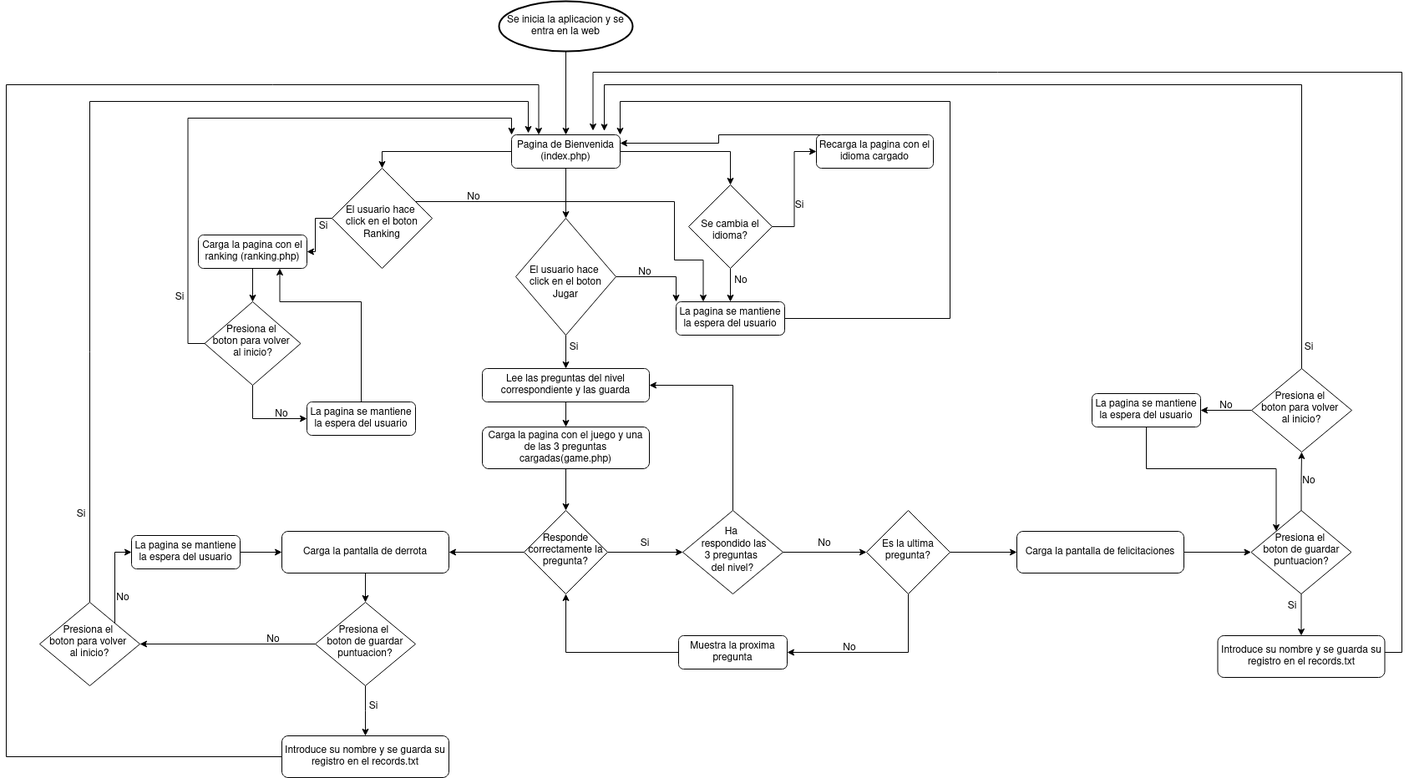
AlejandroSoPa/Escuderia_IHA keeps this draw.io diagram as Diagrama&Wireframe&Colors/Diagrama_de_flujo_Escuderia_IHA.png. Above is the earlier version. Source tidied: cells renumbered, new cells last; positions are measured from the earlier drawing's top-left corner, leaving out a move shared by most shapes.
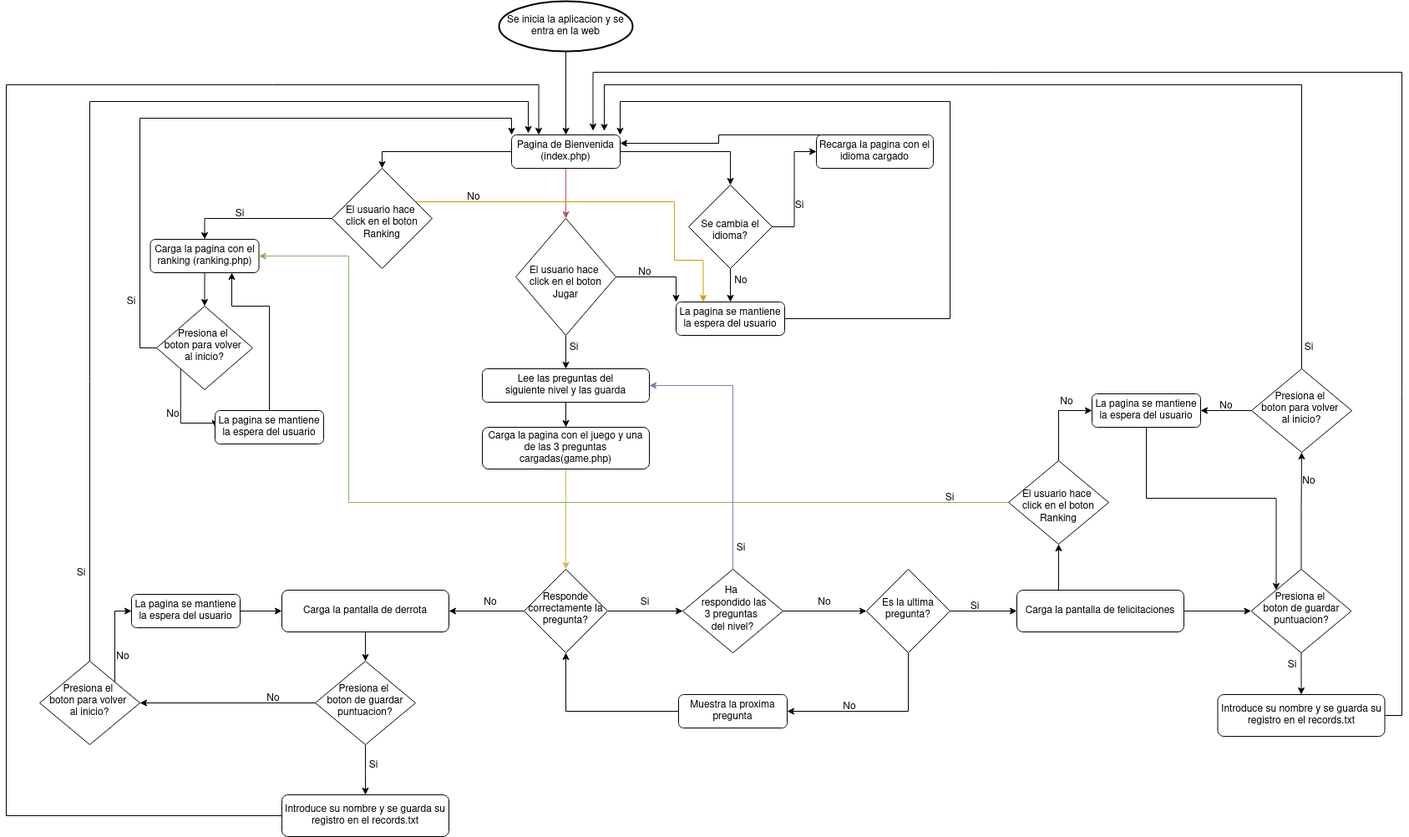
After the change.

What changed in the source:
```diff
@@ -7,3 +7,3 @@
     </mxCell>
-    <mxCell id="3" style="edgeStyle=orthogonalEdgeStyle;rounded=0;jettySize=auto;html=1;" parent="1" edge="1" source="4" target="18">
+    <mxCell id="3" style="edgeStyle=orthogonalEdgeStyle;rounded=0;jettySize=auto;html=1;fillColor=#f8cecc;strokeColor=#b85450;" parent="1" edge="1" source="4" target="18">
       <mxGeometry relative="1" as="geometry" />
@@ -72,3 +72,3 @@
     </mxCell>
-    <mxCell id="21" style="edgeStyle=orthogonalEdgeStyle;rounded=0;jettySize=auto;html=1;" parent="1" edge="1" source="22" target="32">
+    <mxCell id="21" style="edgeStyle=orthogonalEdgeStyle;rounded=0;jettySize=auto;html=1;fillColor=#fff2cc;strokeColor=#d6b656;" parent="1" edge="1" source="22" target="32">
       <mxGeometry relative="1" as="geometry" />
@@ -78,6 +78,6 @@
     </mxCell>
-    <mxCell id="23" style="edgeStyle=orthogonalEdgeStyle;rounded=0;jettySize=auto;html=1;" parent="1" edge="1" source="25" target="28">
+    <mxCell id="23" style="edgeStyle=orthogonalEdgeStyle;rounded=0;jettySize=auto;html=1;exitX=0;exitY=0.5;exitDx=0;exitDy=0;entryX=0.5;entryY=0;entryDx=0;entryDy=0;" parent="1" edge="1" source="25" target="28">
       <mxGeometry relative="1" as="geometry" />
     </mxCell>
-    <mxCell id="24" style="edgeStyle=orthogonalEdgeStyle;rounded=0;jettySize=auto;html=1;exitX=1;exitY=1;exitDx=0;exitDy=0;entryX=0.25;entryY=0;entryDx=0;entryDy=0;" parent="1" edge="1" source="25" target="14">
+    <mxCell id="24" style="edgeStyle=orthogonalEdgeStyle;rounded=0;jettySize=auto;html=1;exitX=1;exitY=1;exitDx=0;exitDy=0;entryX=0.25;entryY=0;entryDx=0;entryDy=0;fillColor=#ffe6cc;strokeColor=#d79b00;" parent="1" edge="1" source="25" target="14">
       <mxGeometry relative="1" as="geometry">
@@ -101,6 +101,6 @@
     <mxCell id="28" value="Carga la pagina con el ranking (ranking.php)" style="rounded=1;whiteSpace=wrap;html=1;fontSize=12;glass=0;strokeWidth=1;shadow=0;" parent="1" vertex="1">
-      <mxGeometry x="230" y="280" width="130" height="40" as="geometry" />
+      <mxGeometry x="172.5" y="285" width="130" height="40" as="geometry" />
     </mxCell>
     <mxCell id="29" value="Si" style="text;html=1;strokeColor=none;fillColor=none;align=center;verticalAlign=middle;whiteSpace=wrap;rounded=0;" parent="1" vertex="1">
-      <mxGeometry x="350" y="255" width="60" height="30" as="geometry" />
+      <mxGeometry x="250" y="240" width="60" height="30" as="geometry" />
     </mxCell>
@@ -113,3 +113,3 @@
     <mxCell id="32" value="Responde correctamente la pregunta?" style="rhombus;whiteSpace=wrap;html=1;shadow=0;fontFamily=Helvetica;fontSize=12;align=center;strokeWidth=1;spacing=6;spacingTop=-4;" parent="1" vertex="1">
-      <mxGeometry x="620" y="610" width="100" height="100" as="geometry" />
+      <mxGeometry x="620" y="680" width="100" height="100" as="geometry" />
     </mxCell>
@@ -122,6 +122,6 @@
     <mxCell id="35" value="Es la ultima pregunta?" style="rhombus;whiteSpace=wrap;html=1;shadow=0;fontFamily=Helvetica;fontSize=12;align=center;strokeWidth=1;spacing=6;spacingTop=-4;" parent="1" vertex="1">
-      <mxGeometry x="1030" y="610" width="100" height="100" as="geometry" />
+      <mxGeometry x="1030" y="680" width="100" height="100" as="geometry" />
     </mxCell>
     <mxCell id="36" value="Si" style="text;html=1;strokeColor=none;fillColor=none;align=center;verticalAlign=middle;whiteSpace=wrap;rounded=0;" parent="1" vertex="1">
-      <mxGeometry x="735" y="635" width="60" height="30" as="geometry" />
+      <mxGeometry x="735" y="705" width="60" height="30" as="geometry" />
     </mxCell>
@@ -131,3 +131,3 @@
     <mxCell id="38" value="Muestra la proxima pregunta" style="rounded=1;whiteSpace=wrap;html=1;fontSize=12;glass=0;strokeWidth=1;shadow=0;" parent="1" vertex="1">
-      <mxGeometry x="805" y="760" width="130" height="40" as="geometry" />
+      <mxGeometry x="805" y="830" width="130" height="40" as="geometry" />
     </mxCell>
@@ -136,3 +136,3 @@
     </mxCell>
-    <mxCell id="40" style="edgeStyle=orthogonalEdgeStyle;rounded=0;jettySize=auto;html=1;exitX=0.5;exitY=0;exitDx=0;exitDy=0;entryX=1;entryY=0.5;entryDx=0;entryDy=0;" parent="1" edge="1" source="41" target="43">
+    <mxCell id="40" style="edgeStyle=orthogonalEdgeStyle;rounded=0;jettySize=auto;html=1;exitX=0.5;exitY=0;exitDx=0;exitDy=0;entryX=1;entryY=0.5;entryDx=0;entryDy=0;fillColor=#e1d5e7;strokeColor=#9673a6;" parent="1" edge="1" source="41" target="43">
       <mxGeometry relative="1" as="geometry" />
@@ -140,3 +140,3 @@
     <mxCell id="41" value="&lt;div&gt;Ha&amp;nbsp;&lt;/div&gt;&lt;div&gt;&amp;nbsp;respondido las&lt;/div&gt;&lt;div&gt;3 preguntas&amp;nbsp;&lt;/div&gt;&lt;div&gt;del nivel?&lt;/div&gt;" style="rhombus;whiteSpace=wrap;html=1;shadow=0;fontFamily=Helvetica;fontSize=12;align=center;strokeWidth=1;spacing=6;spacingTop=-4;" parent="1" vertex="1">
-      <mxGeometry x="810" y="610" width="120" height="100" as="geometry" />
+      <mxGeometry x="810" y="680" width="120" height="100" as="geometry" />
     </mxCell>
@@ -145,3 +145,3 @@
     </mxCell>
-    <mxCell id="43" value="Lee las preguntas del nivel correspondiente y las guarda" style="rounded=1;whiteSpace=wrap;html=1;fontSize=12;glass=0;strokeWidth=1;shadow=0;" parent="1" vertex="1">
+    <mxCell id="43" value="Lee las preguntas del &lt;br&gt;siguiente nivel y las guarda" style="rounded=1;whiteSpace=wrap;html=1;fontSize=12;glass=0;strokeWidth=1;shadow=0;" parent="1" vertex="1">
       <mxGeometry x="570" y="440" width="200" height="40" as="geometry" />
@@ -149,6 +149,6 @@
     <mxCell id="44" value="No" style="text;html=1;strokeColor=none;fillColor=none;align=center;verticalAlign=middle;whiteSpace=wrap;rounded=0;" parent="1" vertex="1">
-      <mxGeometry x="950" y="635" width="60" height="30" as="geometry" />
+      <mxGeometry x="950" y="705" width="60" height="30" as="geometry" />
     </mxCell>
     <mxCell id="45" value="No" style="text;html=1;strokeColor=none;fillColor=none;align=center;verticalAlign=middle;whiteSpace=wrap;rounded=0;" parent="1" vertex="1">
-      <mxGeometry x="980" y="760" width="60" height="30" as="geometry" />
+      <mxGeometry x="980" y="830" width="60" height="30" as="geometry" />
     </mxCell>
@@ -157,4 +157,7 @@
     </mxCell>
+    <mxCell id="86" style="edgeStyle=orthogonalEdgeStyle;rounded=0;jettySize=auto;html=1;exitX=0.25;exitY=0;exitDx=0;exitDy=0;entryX=0.5;entryY=1;entryDx=0;entryDy=0;" parent="1" edge="1" source="47" target="89">
+      <mxGeometry relative="1" as="geometry" />
+    </mxCell>
     <mxCell id="47" value="Carga la pantalla de felicitaciones" style="rounded=1;whiteSpace=wrap;html=1;fontSize=12;glass=0;strokeWidth=1;shadow=0;" parent="1" vertex="1">
-      <mxGeometry x="1210" y="635" width="200" height="50" as="geometry" />
+      <mxGeometry x="1210" y="705" width="200" height="50" as="geometry" />
     </mxCell>
@@ -164,3 +167,3 @@
     <mxCell id="49" value="Carga la pantalla de derrota" style="rounded=1;whiteSpace=wrap;html=1;fontSize=12;glass=0;strokeWidth=1;shadow=0;" parent="1" vertex="1">
-      <mxGeometry x="330" y="635" width="200" height="50" as="geometry" />
+      <mxGeometry x="330" y="705" width="200" height="50" as="geometry" />
     </mxCell>
@@ -168,3 +171,3 @@
       <mxGeometry relative="1" as="geometry">
-        <mxPoint x="430" y="880" as="targetPoint" />
+        <mxPoint x="430" y="950" as="targetPoint" />
       </mxGeometry>
@@ -175,3 +178,3 @@
     <mxCell id="52" value="&lt;div&gt;Presiona el&amp;nbsp;&lt;/div&gt;&lt;div&gt;boton de guardar puntuacion?&lt;/div&gt;" style="rhombus;whiteSpace=wrap;html=1;shadow=0;fontFamily=Helvetica;fontSize=12;align=center;strokeWidth=1;spacing=6;spacingTop=-4;" parent="1" vertex="1">
-      <mxGeometry x="370" y="720" width="120" height="100" as="geometry" />
+      <mxGeometry x="370" y="790" width="120" height="100" as="geometry" />
     </mxCell>
@@ -180,3 +183,3 @@
         <Array as="points">
-          <mxPoint y="905" />
+          <mxPoint y="975" />
           <mxPoint y="100" />
@@ -187,3 +190,3 @@
     <mxCell id="54" value="Introduce su nombre y se guarda su registro en el records.txt" style="rounded=1;whiteSpace=wrap;html=1;fontSize=12;glass=0;strokeWidth=1;shadow=0;" parent="1" vertex="1">
-      <mxGeometry x="330" y="880" width="200" height="50" as="geometry" />
+      <mxGeometry x="330" y="950" width="200" height="50" as="geometry" />
     </mxCell>
@@ -199,10 +202,9 @@
     <mxCell id="58" value="&lt;div&gt;Presiona el&amp;nbsp;&lt;/div&gt;&lt;div&gt;boton de guardar puntuacion?&lt;/div&gt;" style="rhombus;whiteSpace=wrap;html=1;shadow=0;fontFamily=Helvetica;fontSize=12;align=center;strokeWidth=1;spacing=6;spacingTop=-4;" parent="1" vertex="1">
-      <mxGeometry x="1490.5" y="610" width="120" height="100" as="geometry" />
+      <mxGeometry x="1490.5" y="680" width="120" height="100" as="geometry" />
     </mxCell>
-    <mxCell id="59" style="edgeStyle=orthogonalEdgeStyle;rounded=0;orthogonalLoop=1;jettySize=auto;html=1;exitX=1;exitY=0.5;exitDx=0;exitDy=0;entryX=0.75;entryY=0;entryDx=0;entryDy=0;" parent="1" edge="1">
+    <mxCell id="59" style="edgeStyle=orthogonalEdgeStyle;rounded=0;jettySize=auto;html=1;exitX=1;exitY=0.5;exitDx=0;exitDy=0;entryX=0.75;entryY=0;entryDx=0;entryDy=0;" parent="1" edge="1" source="60">
       <mxGeometry relative="1" as="geometry">
-        <mxPoint x="1650.5" y="780" as="sourcePoint" />
         <mxPoint x="702.5" y="155" as="targetPoint" />
         <Array as="points">
-          <mxPoint x="1671" y="780" />
+          <mxPoint x="1671" y="855" />
           <mxPoint x="1671" y="85" />
@@ -213,3 +215,3 @@
     <mxCell id="60" value="Introduce su nombre y se guarda su registro en el records.txt" style="rounded=1;whiteSpace=wrap;html=1;fontSize=12;glass=0;strokeWidth=1;shadow=0;" parent="1" vertex="1">
-      <mxGeometry x="1450.5" y="760" width="200" height="50" as="geometry" />
+      <mxGeometry x="1450.5" y="830" width="200" height="50" as="geometry" />
     </mxCell>
@@ -218,7 +220,11 @@
     </mxCell>
-    <mxCell id="62" style="edgeStyle=orthogonalEdgeStyle;rounded=0;jettySize=auto;html=1;exitX=0.5;exitY=1;exitDx=0;exitDy=0;entryX=0;entryY=0.5;entryDx=0;entryDy=0;" parent="1" edge="1" source="63" target="65">
-      <mxGeometry relative="1" as="geometry" />
+    <mxCell id="62" style="edgeStyle=orthogonalEdgeStyle;rounded=0;jettySize=auto;html=1;exitX=0;exitY=1;exitDx=0;exitDy=0;entryX=0;entryY=0.5;entryDx=0;entryDy=0;" parent="1" edge="1" source="63" target="65">
+      <mxGeometry relative="1" as="geometry">
+        <Array as="points">
+          <mxPoint x="209" y="505" />
+        </Array>
+      </mxGeometry>
     </mxCell>
     <mxCell id="63" value="&lt;div&gt;Presiona el&amp;nbsp;&lt;/div&gt;&lt;div&gt;boton para volver&amp;nbsp;&lt;/div&gt;&lt;div&gt;al inicio?&lt;/div&gt;" style="rhombus;whiteSpace=wrap;html=1;shadow=0;fontFamily=Helvetica;fontSize=12;align=center;strokeWidth=1;spacing=6;spacingTop=-4;" parent="1" vertex="1">
-      <mxGeometry x="237.5" y="360" width="115" height="100" as="geometry" />
+      <mxGeometry x="180" y="365" width="115" height="100" as="geometry" />
     </mxCell>
@@ -227,4 +233,4 @@
         <Array as="points">
-          <mxPoint x="425" y="360" />
-          <mxPoint x="328" y="360" />
+          <mxPoint x="315" y="365" />
+          <mxPoint x="270" y="365" />
         </Array>
@@ -233,15 +239,15 @@
     <mxCell id="65" value="La pagina se mantiene la espera del usuario" style="rounded=1;whiteSpace=wrap;html=1;fontSize=12;glass=0;strokeWidth=1;shadow=0;" parent="1" vertex="1">
-      <mxGeometry x="360" y="480" width="130" height="40" as="geometry" />
+      <mxGeometry x="250" y="490" width="130" height="40" as="geometry" />
     </mxCell>
     <mxCell id="66" value="Si" style="text;html=1;strokeColor=none;fillColor=none;align=center;verticalAlign=middle;whiteSpace=wrap;rounded=0;" parent="1" vertex="1">
-      <mxGeometry x="410" y="830" width="60" height="30" as="geometry" />
+      <mxGeometry x="410" y="900" width="60" height="30" as="geometry" />
     </mxCell>
     <mxCell id="67" value="No" style="text;html=1;strokeColor=none;fillColor=none;align=center;verticalAlign=middle;whiteSpace=wrap;rounded=0;" parent="1" vertex="1">
-      <mxGeometry x="290" y="750" width="60" height="30" as="geometry" />
+      <mxGeometry x="290" y="820" width="60" height="30" as="geometry" />
     </mxCell>
     <mxCell id="68" value="No" style="text;html=1;strokeColor=none;fillColor=none;align=center;verticalAlign=middle;whiteSpace=wrap;rounded=0;" parent="1" vertex="1">
-      <mxGeometry x="300" y="480" width="60" height="30" as="geometry" />
+      <mxGeometry x="170" y="480" width="60" height="30" as="geometry" />
     </mxCell>
     <mxCell id="69" value="Si" style="text;html=1;strokeColor=none;fillColor=none;align=center;verticalAlign=middle;whiteSpace=wrap;rounded=0;" parent="1" vertex="1">
-      <mxGeometry x="177.5" y="340" width="60" height="30" as="geometry" />
+      <mxGeometry x="120" y="345" width="60" height="30" as="geometry" />
     </mxCell>
@@ -259,3 +265,3 @@
     <mxCell id="72" value="&lt;div&gt;Presiona el&amp;nbsp;&lt;/div&gt;&lt;div&gt;boton para volver&amp;nbsp;&lt;/div&gt;&lt;div&gt;al inicio?&lt;/div&gt;" style="rhombus;whiteSpace=wrap;html=1;shadow=0;fontFamily=Helvetica;fontSize=12;align=center;strokeWidth=1;spacing=6;spacingTop=-4;" parent="1" vertex="1">
-      <mxGeometry x="40" y="720" width="120" height="100" as="geometry" />
+      <mxGeometry x="40" y="790" width="120" height="100" as="geometry" />
     </mxCell>
@@ -265,12 +271,12 @@
     <mxCell id="74" value="La pagina se mantiene la espera del usuario" style="rounded=1;whiteSpace=wrap;html=1;fontSize=12;glass=0;strokeWidth=1;shadow=0;" parent="1" vertex="1">
-      <mxGeometry x="150" y="640" width="130" height="40" as="geometry" />
+      <mxGeometry x="150" y="710" width="130" height="40" as="geometry" />
     </mxCell>
     <mxCell id="75" value="No" style="text;html=1;strokeColor=none;fillColor=none;align=center;verticalAlign=middle;whiteSpace=wrap;rounded=0;" parent="1" vertex="1">
-      <mxGeometry x="110" y="700" width="60" height="30" as="geometry" />
+      <mxGeometry x="110" y="770" width="60" height="30" as="geometry" />
     </mxCell>
     <mxCell id="76" value="Si" style="text;html=1;strokeColor=none;fillColor=none;align=center;verticalAlign=middle;whiteSpace=wrap;rounded=0;" parent="1" vertex="1">
-      <mxGeometry x="60" y="600" width="60" height="30" as="geometry" />
+      <mxGeometry x="60" y="670" width="60" height="30" as="geometry" />
     </mxCell>
     <mxCell id="77" value="Si" style="text;html=1;strokeColor=none;fillColor=none;align=center;verticalAlign=middle;whiteSpace=wrap;rounded=0;" parent="1" vertex="1">
-      <mxGeometry x="1510" y="710" width="60" height="30" as="geometry" />
+      <mxGeometry x="1510" y="780" width="60" height="30" as="geometry" />
     </mxCell>
@@ -305,2 +311,31 @@
     </mxCell>
+    <mxCell id="87" style="edgeStyle=orthogonalEdgeStyle;rounded=0;jettySize=auto;html=1;exitX=0.5;exitY=0;exitDx=0;exitDy=0;entryX=0;entryY=0.5;entryDx=0;entryDy=0;" parent="1" edge="1" source="89" target="81">
+      <mxGeometry relative="1" as="geometry" />
+    </mxCell>
+    <mxCell id="88" style="edgeStyle=orthogonalEdgeStyle;rounded=0;jettySize=auto;html=1;exitX=0;exitY=0.5;exitDx=0;exitDy=0;entryX=1;entryY=0.5;entryDx=0;entryDy=0;fillColor=#d5e8d4;strokeColor=#82b366;" parent="1" edge="1" source="89" target="28">
+      <mxGeometry relative="1" as="geometry">
+        <Array as="points">
+          <mxPoint x="410" y="600" />
+          <mxPoint x="410" y="305" />
+        </Array>
+      </mxGeometry>
+    </mxCell>
+    <mxCell id="89" value="&lt;br&gt;&lt;div&gt;El usuario hace&amp;nbsp;&lt;/div&gt;&lt;div&gt;click en el boton Ranking&lt;/div&gt;" style="rhombus;whiteSpace=wrap;html=1;shadow=0;fontFamily=Helvetica;fontSize=12;align=center;strokeWidth=1;spacing=6;spacingTop=-4;" parent="1" vertex="1">
+      <mxGeometry x="1200" y="550" width="120" height="100" as="geometry" />
+    </mxCell>
+    <mxCell id="90" value="No" style="text;html=1;strokeColor=none;fillColor=none;align=center;verticalAlign=middle;whiteSpace=wrap;rounded=0;" parent="1" vertex="1">
+      <mxGeometry x="1240" y="465" width="60" height="30" as="geometry" />
+    </mxCell>
+    <mxCell id="91" value="Si" style="text;html=1;strokeColor=none;fillColor=none;align=center;verticalAlign=middle;whiteSpace=wrap;rounded=0;" parent="1" vertex="1">
+      <mxGeometry x="1100" y="580" width="60" height="30" as="geometry" />
+    </mxCell>
+    <mxCell id="92" value="Si" style="text;html=1;strokeColor=none;fillColor=none;align=center;verticalAlign=middle;whiteSpace=wrap;rounded=0;" parent="1" vertex="1">
+      <mxGeometry x="1130" y="710" width="60" height="30" as="geometry" />
+    </mxCell>
+    <mxCell id="93" value="No" style="text;html=1;strokeColor=none;fillColor=none;align=center;verticalAlign=middle;whiteSpace=wrap;rounded=0;" parent="1" vertex="1">
+      <mxGeometry x="550" y="705" width="60" height="30" as="geometry" />
+    </mxCell>
+    <mxCell id="94" value="Si" style="text;html=1;strokeColor=none;fillColor=none;align=center;verticalAlign=middle;whiteSpace=wrap;rounded=0;" parent="1" vertex="1">
+      <mxGeometry x="850" y="640" width="60" height="30" as="geometry" />
+    </mxCell>
   </root>
```
